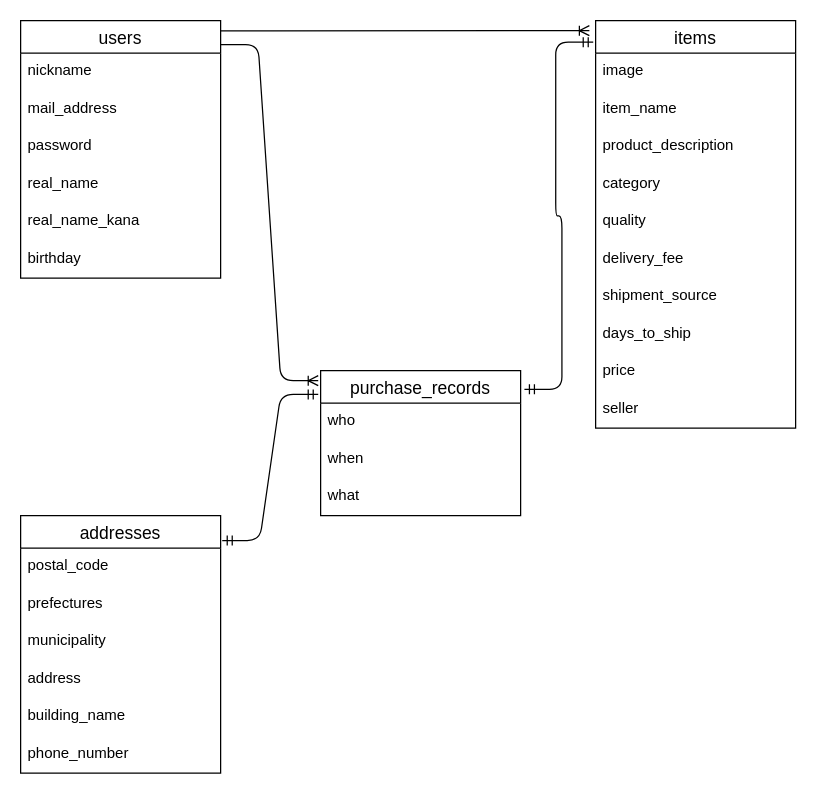
This is er.dio from tdjn6034/furima-29097, a draw.io file, before an edit. Source tidied: cells renumbered, new cells numbered last; positions are measured from the earlier drawing's top-left corner, leaving out a move shared by most shapes. Both pictures are drawn from the tidied source at 125%, with x=0, y=0 at pixel (20, 20).
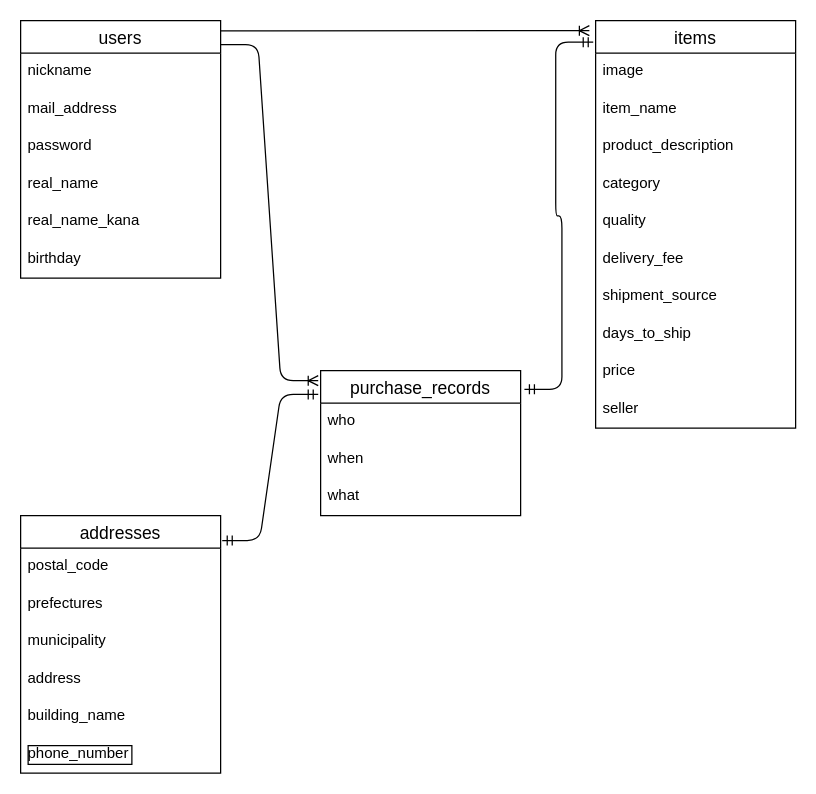
The same diagram, later.

Commit message:
テーブル設計リバート

The change refers to these unchanged cells:
```xml
<mxCell id="28" value="addresses" style="swimlane;fontStyle=0;horizontal=1;startSize=26;align=center;fontSize=14;" parent="1" vertex="1">
  <mxGeometry y="396" width="160" height="206" as="geometry" />
</mxCell>
```

The edit, as a diff of the source:
```diff
@@
-    <mxCell id="34" value="phone_number" style="text;strokeColor=none;fillColor=none;spacingLeft=4;spacingRight=4;overflow=hidden;fontSize=12;" parent="28" vertex="1">
+    <mxCell id="34" value="phone_number" style="text;strokeColor=none;fillColor=none;spacingLeft=4;spacingRight=4;overflow=hidden;fontSize=12;labelBorderColor=#000000;" parent="28" vertex="1">
       <mxGeometry y="176" width="160" height="30" as="geometry" />
     </mxCell>
```
